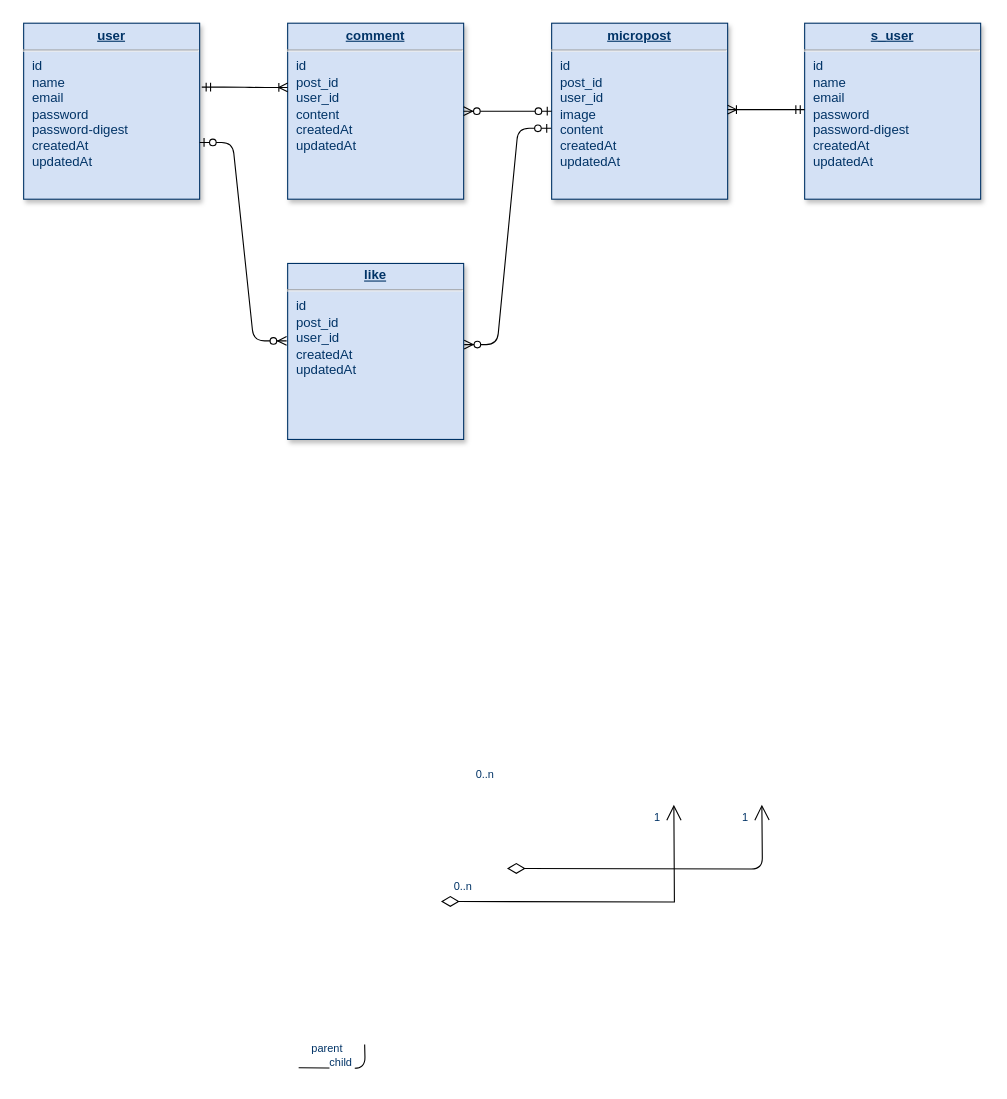
This is Untitled Diagram.drawio from Seiwa-Edu/rails_docker, a draw.io file, before an edit. Source tidied: cells renumbered, new cells numbered last; positions are measured from the earlier drawing's top-left corner, leaving out a move shared by most shapes. Both pictures are drawn from the tidied source at 110%, with x=0, y=0 at pixel (23, 23).
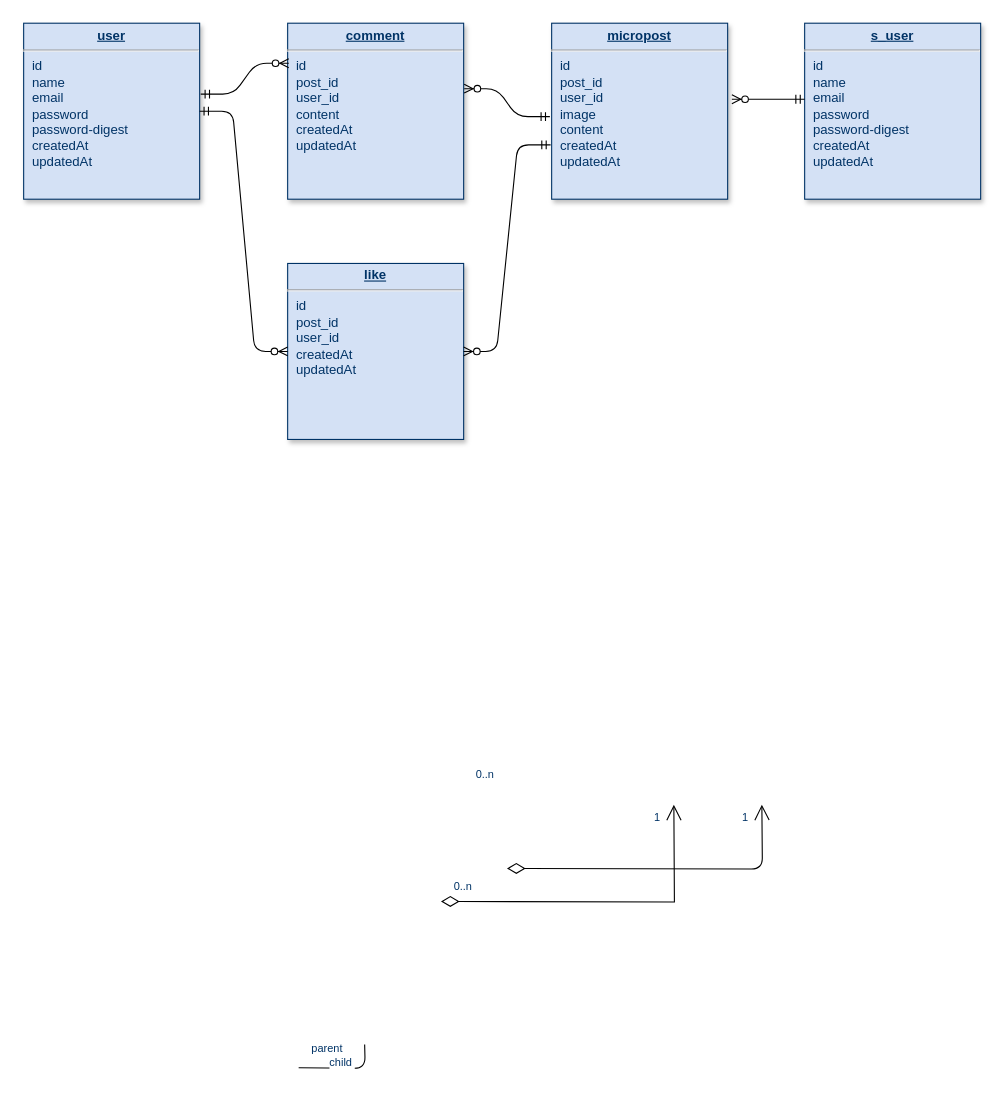
The same page after the edit.

The change refers to these unchanged cells:
```xml
<mxCell id="2" value="&lt;p style=&quot;margin: 0px ; margin-top: 4px ; text-align: center ; text-decoration: underline&quot;&gt;&lt;b&gt;user&lt;/b&gt;&lt;/p&gt;&lt;hr&gt;&lt;p style=&quot;margin: 0px ; margin-left: 8px&quot;&gt;id&lt;/p&gt;&lt;p style=&quot;margin: 0px ; margin-left: 8px&quot;&gt;name&lt;/p&gt;&lt;p style=&quot;margin: 0px ; margin-left: 8px&quot;&gt;email&lt;/p&gt;&lt;p style=&quot;margin: 0px ; margin-left: 8px&quot;&gt;password&lt;/p&gt;&lt;p style=&quot;margin: 0px ; margin-left: 8px&quot;&gt;password-digest&lt;br&gt;&lt;/p&gt;&lt;p style=&quot;margin: 0px ; margin-left: 8px&quot;&gt;createdAt&lt;/p&gt;&lt;p style=&quot;margin: 0px ; margin-left: 8px&quot;&gt;updatedAt&lt;/p&gt;" style="verticalAlign=top;align=left;overflow=fill;fontSize=12;fontFamily=Helvetica;html=1;strokeColor=#003366;shadow=1;fillColor=#D4E1F5;fontColor=#003366;" parent="1" vertex="1">
  <mxGeometry y="-0.4" width="160" height="160" as="geometry" />
</mxCell>
<mxCell id="12" value="&lt;p style=&quot;margin: 0px ; margin-top: 4px ; text-align: center ; text-decoration: underline&quot;&gt;&lt;b&gt;micropost&lt;/b&gt;&lt;/p&gt;&lt;hr&gt;&lt;p style=&quot;margin: 0px 0px 0px 8px&quot;&gt;id&lt;/p&gt;&lt;p style=&quot;margin: 0px 0px 0px 8px&quot;&gt;post_id&lt;/p&gt;&lt;p style=&quot;margin: 0px 0px 0px 8px&quot;&gt;user_id&lt;/p&gt;&lt;p style=&quot;margin: 0px 0px 0px 8px&quot;&gt;image&lt;/p&gt;&lt;p style=&quot;margin: 0px 0px 0px 8px&quot;&gt;content&lt;/p&gt;&lt;p style=&quot;margin: 0px 0px 0px 8px&quot;&gt;createdAt&lt;/p&gt;&lt;p style=&quot;margin: 0px 0px 0px 8px&quot;&gt;updatedAt&lt;/p&gt;" style="verticalAlign=top;align=left;overflow=fill;fontSize=12;fontFamily=Helvetica;html=1;strokeColor=#003366;shadow=1;fillColor=#D4E1F5;fontColor=#003366;" parent="1" vertex="1">
  <mxGeometry x="480" y="-0.4" width="160" height="160" as="geometry" />
</mxCell>
<mxCell id="13" value="&lt;p style=&quot;margin: 0px ; margin-top: 4px ; text-align: center ; text-decoration: underline&quot;&gt;&lt;b&gt;s_user&lt;/b&gt;&lt;/p&gt;&lt;hr&gt;&lt;p style=&quot;margin: 0px ; margin-left: 8px&quot;&gt;id&lt;/p&gt;&lt;p style=&quot;margin: 0px ; margin-left: 8px&quot;&gt;name&lt;/p&gt;&lt;p style=&quot;margin: 0px ; margin-left: 8px&quot;&gt;email&lt;/p&gt;&lt;p style=&quot;margin: 0px ; margin-left: 8px&quot;&gt;password&lt;/p&gt;&lt;p style=&quot;margin: 0px ; margin-left: 8px&quot;&gt;password-digest&lt;br&gt;&lt;/p&gt;&lt;p style=&quot;margin: 0px ; margin-left: 8px&quot;&gt;createdAt&lt;/p&gt;&lt;p style=&quot;margin: 0px ; margin-left: 8px&quot;&gt;updatedAt&lt;/p&gt;" style="verticalAlign=top;align=left;overflow=fill;fontSize=12;fontFamily=Helvetica;html=1;strokeColor=#003366;shadow=1;fillColor=#D4E1F5;fontColor=#003366;" parent="1" vertex="1">
  <mxGeometry x="710" y="-0.4" width="160" height="160" as="geometry" />
</mxCell>
<mxCell id="14" value="&lt;p style=&quot;margin: 0px ; margin-top: 4px ; text-align: center ; text-decoration: underline&quot;&gt;&lt;b&gt;comment&lt;/b&gt;&lt;/p&gt;&lt;hr&gt;&lt;p style=&quot;margin: 0px ; margin-left: 8px&quot;&gt;id&lt;/p&gt;&lt;p style=&quot;margin: 0px ; margin-left: 8px&quot;&gt;post_id&lt;/p&gt;&lt;p style=&quot;margin: 0px ; margin-left: 8px&quot;&gt;user_id&lt;/p&gt;&lt;p style=&quot;margin: 0px ; margin-left: 8px&quot;&gt;content&lt;/p&gt;&lt;p style=&quot;margin: 0px ; margin-left: 8px&quot;&gt;createdAt&lt;/p&gt;&lt;p style=&quot;margin: 0px ; margin-left: 8px&quot;&gt;updatedAt&lt;/p&gt;" style="verticalAlign=top;align=left;overflow=fill;fontSize=12;fontFamily=Helvetica;html=1;strokeColor=#003366;shadow=1;fillColor=#D4E1F5;fontColor=#003366;" parent="1" vertex="1">
  <mxGeometry x="240" y="-0.4" width="160" height="160" as="geometry" />
</mxCell>
<mxCell id="15" value="&lt;p style=&quot;margin: 0px ; margin-top: 4px ; text-align: center ; text-decoration: underline&quot;&gt;&lt;b&gt;like&lt;/b&gt;&lt;/p&gt;&lt;hr&gt;&lt;p style=&quot;margin: 0px 0px 0px 8px&quot;&gt;id&lt;/p&gt;&lt;p style=&quot;margin: 0px 0px 0px 8px&quot;&gt;post_id&lt;/p&gt;&lt;p style=&quot;margin: 0px 0px 0px 8px&quot;&gt;user_id&lt;/p&gt;&lt;p style=&quot;margin: 0px 0px 0px 8px&quot;&gt;createdAt&lt;/p&gt;&lt;p style=&quot;margin: 0px 0px 0px 8px&quot;&gt;updatedAt&lt;/p&gt;" style="verticalAlign=top;align=left;overflow=fill;fontSize=12;fontFamily=Helvetica;html=1;strokeColor=#003366;shadow=1;fillColor=#D4E1F5;fontColor=#003366;" parent="1" vertex="1">
  <mxGeometry x="240" y="218" width="160" height="160" as="geometry" />
</mxCell>
```

Diff of the diagram source:
```diff
@@
-    <mxCell id="16" style="edgeStyle=entityRelationEdgeStyle;fontSize=12;html=1;endArrow=ERzeroToMany;startArrow=ERzeroToOne;entryX=-0.006;entryY=0.44;entryDx=0;entryDy=0;entryPerimeter=0;" parent="1" edge="1" target="15">
-      <mxGeometry relative="1" as="geometry">
-        <mxPoint x="160" y="108" as="sourcePoint" />
-      </mxGeometry>
-    </mxCell>
+    <mxCell id="21" style="edgeStyle=entityRelationEdgeStyle;fontSize=12;html=1;endArrow=ERzeroToMany;startArrow=ERmandOne;exitX=1.006;exitY=0.403;exitDx=0;exitDy=0;exitPerimeter=0;" parent="1" edge="1" source="2">
+      <mxGeometry relative="1" as="geometry">
+        <mxPoint x="241" y="36" as="targetPoint" />
+      </mxGeometry>
+    </mxCell>
+    <mxCell id="20" style="edgeStyle=entityRelationEdgeStyle;fontSize=12;html=1;endArrow=ERzeroToMany;startArrow=ERmandOne;entryX=1.024;entryY=0.432;entryDx=0;entryDy=0;entryPerimeter=0;exitX=0;exitY=0.432;exitDx=0;exitDy=0;exitPerimeter=0;" parent="1" edge="1" source="13" target="12">
+      <mxGeometry relative="1" as="geometry" />
+    </mxCell>
+    <mxCell id="22" style="edgeStyle=entityRelationEdgeStyle;fontSize=12;html=1;endArrow=ERzeroToMany;startArrow=ERmandOne;entryX=0;entryY=0.5;entryDx=0;entryDy=0;" parent="1" edge="1" source="2" target="15">
+      <mxGeometry relative="1" as="geometry" />
+    </mxCell>
+    <mxCell id="18" style="edgeStyle=entityRelationEdgeStyle;fontSize=12;html=1;endArrow=ERzeroToMany;startArrow=ERmandOne;exitX=-0.01;exitY=0.531;exitDx=0;exitDy=0;exitPerimeter=0;entryX=1.003;entryY=0.372;entryDx=0;entryDy=0;entryPerimeter=0;" parent="1" edge="1" source="12" target="14">
+      <mxGeometry relative="1" as="geometry" />
+    </mxCell>
-    <mxCell id="17" style="edgeStyle=entityRelationEdgeStyle;fontSize=12;html=1;endArrow=ERzeroToMany;startArrow=ERzeroToOne;exitX=-0.003;exitY=0.597;exitDx=0;exitDy=0;entryX=1.003;entryY=0.461;entryDx=0;entryDy=0;entryPerimeter=0;exitPerimeter=0;" parent="1" edge="1" source="12" target="15">
+    <mxCell id="17" style="edgeStyle=entityRelationEdgeStyle;fontSize=12;html=1;endArrow=ERzeroToMany;startArrow=ERmandOne;exitX=-0.006;exitY=0.691;exitDx=0;exitDy=0;exitPerimeter=0;entryX=1;entryY=0.5;entryDx=0;entryDy=0;" parent="1" edge="1" source="12" target="15">
       <mxGeometry relative="1" as="geometry" />
     </mxCell>
-    <mxCell id="18" style="edgeStyle=entityRelationEdgeStyle;fontSize=12;html=1;endArrow=ERzeroToMany;startArrow=ERzeroToOne;entryX=1;entryY=0.5;entryDx=0;entryDy=0;exitX=0;exitY=0.5;exitDx=0;exitDy=0;" parent="1" edge="1" source="12" target="14">
-      <mxGeometry relative="1" as="geometry" />
-    </mxCell>
-    <mxCell id="19" style="edgeStyle=entityRelationEdgeStyle;fontSize=12;html=1;endArrow=ERoneToMany;startArrow=ERmandOne;exitX=1.012;exitY=0.363;exitDx=0;exitDy=0;exitPerimeter=0;" parent="1" edge="1" source="2">
-      <mxGeometry relative="1" as="geometry">
-        <mxPoint x="240" y="58" as="targetPoint" />
-      </mxGeometry>
-    </mxCell>
-    <mxCell id="20" style="edgeStyle=entityRelationEdgeStyle;fontSize=12;html=1;endArrow=ERoneToMany;startArrow=ERmandOne;exitX=0;exitY=0.491;exitDx=0;exitDy=0;exitPerimeter=0;entryX=1;entryY=0.491;entryDx=0;entryDy=0;entryPerimeter=0;" parent="1" edge="1" source="13" target="12">
-      <mxGeometry relative="1" as="geometry" />
-    </mxCell>
```
